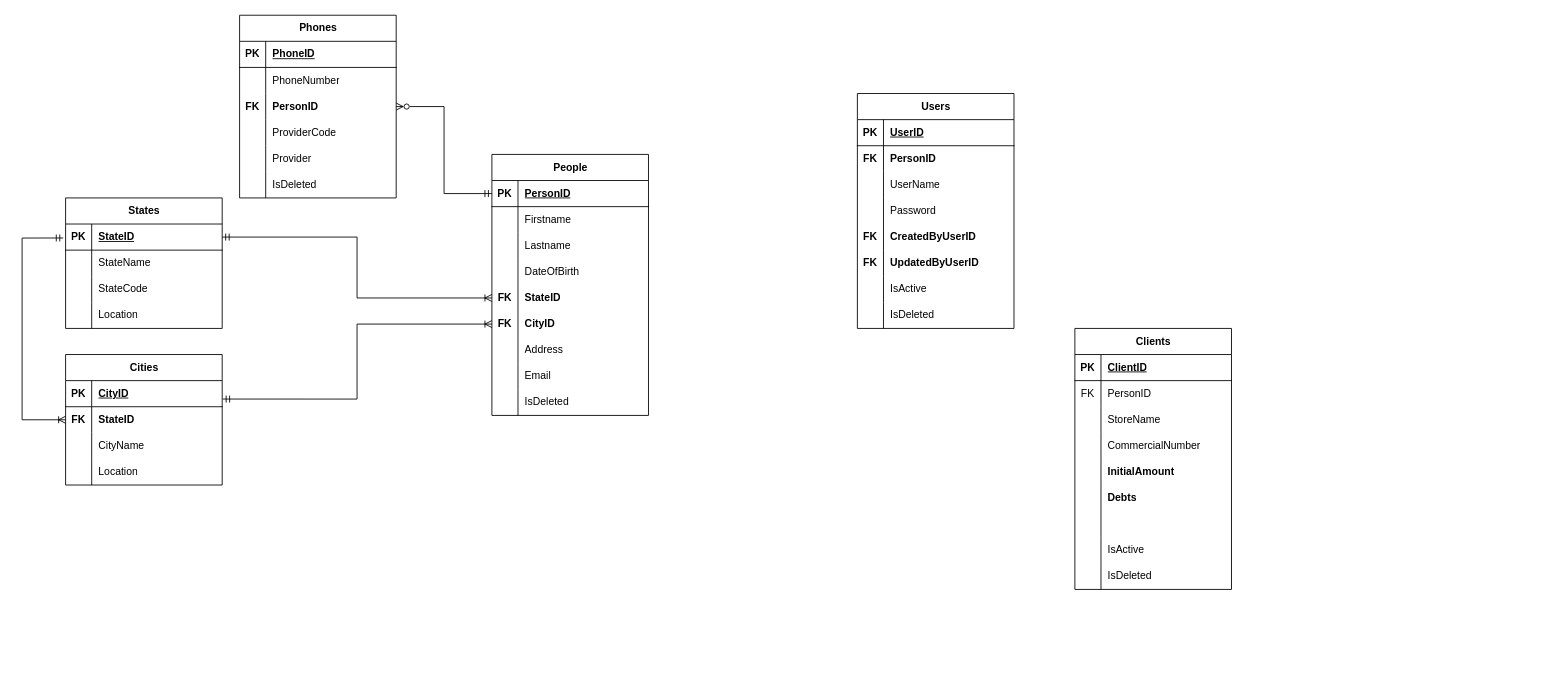
Above: GNT_Manager.drawio in khalil98dev/GNT (draw.io), before the change. Source tidied: cells renumbered, new cells numbered last; positions are measured from the earlier drawing's top-left corner, leaving out a move shared by most shapes. Both pictures are drawn from the tidied source at 87%, with x=0, y=0 at pixel (22, 15).
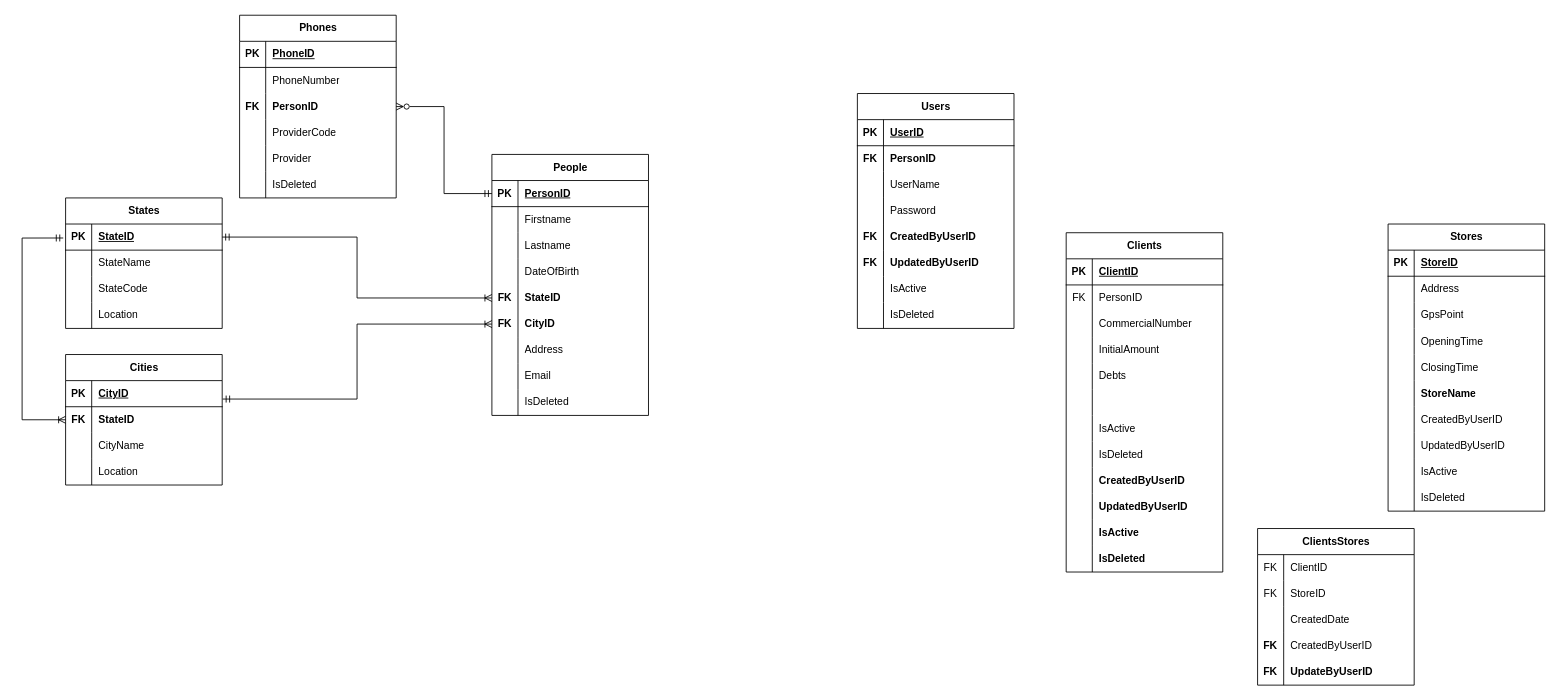
The same diagram, later.

Commit message:
Update GNT_Manager Client-Store.drawio

Change to the diagram source:
```diff
@@
     <mxCell id="104" value="Clients" style="shape=table;startSize=30;childLayout=tableLayout;rowLines=0;fontStyle=1;align=center;html=1;" parent="1" vertex="1">
-      <mxGeometry x="1210" y="360" width="180" height="300" as="geometry" />
+      <mxGeometry x="1200" y="250" width="180" height="390" as="geometry" />
     </mxCell>
@@
-    <mxCell id="111" style="shape=tableRow;horizontal=0;startSize=0;swimlaneHead=0;swimlaneBody=0;fillColor=none;top=0;left=0;right=0;bottom=0;" parent="104" vertex="1">
-      <mxGeometry y="90" width="180" height="30" as="geometry" />
-    </mxCell>
-    <mxCell id="112" style="shape=partialRectangle;fillColor=none;top=0;left=0;bottom=0;right=0;overflow=hidden;whiteSpace=wrap;html=1;" parent="111" vertex="1">
-      <mxGeometry width="30" height="30" as="geometry" />
-    </mxCell>
-    <mxCell id="113" value="StoreName" style="shape=partialRectangle;fillColor=none;top=0;left=0;bottom=0;right=0;align=left;spacingLeft=6;overflow=hidden;whiteSpace=wrap;html=1;" parent="111" vertex="1">
-      <mxGeometry x="30" width="150" height="30" as="geometry" />
-    </mxCell>
     <mxCell id="114" style="shape=tableRow;horizontal=0;startSize=0;swimlaneHead=0;swimlaneBody=0;fillColor=none;top=0;left=0;right=0;bottom=0;" parent="104" vertex="1">
-      <mxGeometry y="120" width="180" height="30" as="geometry" />
+      <mxGeometry y="90" width="180" height="30" as="geometry" />
     </mxCell>
@@
     <mxCell id="117" style="shape=tableRow;horizontal=0;startSize=0;swimlaneHead=0;swimlaneBody=0;fillColor=none;top=0;left=0;right=0;bottom=0;" parent="104" vertex="1">
-      <mxGeometry y="150" width="180" height="30" as="geometry" />
+      <mxGeometry y="120" width="180" height="30" as="geometry" />
     </mxCell>
@@
-    <mxCell id="119" value="InitialAmount" style="shape=partialRectangle;fillColor=none;top=0;left=0;bottom=0;right=0;align=left;spacingLeft=6;overflow=hidden;whiteSpace=wrap;html=1;fontStyle=1;" parent="117" vertex="1">
+    <mxCell id="119" value="InitialAmount" style="shape=partialRectangle;fillColor=none;top=0;left=0;bottom=0;right=0;align=left;spacingLeft=6;overflow=hidden;whiteSpace=wrap;html=1;fontStyle=0;" parent="117" vertex="1">
       <mxGeometry x="30" width="150" height="30" as="geometry" />
     </mxCell>
     <mxCell id="120" style="shape=tableRow;horizontal=0;startSize=0;swimlaneHead=0;swimlaneBody=0;fillColor=none;top=0;left=0;right=0;bottom=0;" parent="104" vertex="1">
-      <mxGeometry y="180" width="180" height="30" as="geometry" />
+      <mxGeometry y="150" width="180" height="30" as="geometry" />
     </mxCell>
@@
-    <mxCell id="122" value="Debts" style="shape=partialRectangle;fillColor=none;top=0;left=0;bottom=0;right=0;align=left;spacingLeft=6;overflow=hidden;whiteSpace=wrap;html=1;fontStyle=1;" parent="120" vertex="1">
+    <mxCell id="122" value="Debts" style="shape=partialRectangle;fillColor=none;top=0;left=0;bottom=0;right=0;align=left;spacingLeft=6;overflow=hidden;whiteSpace=wrap;html=1;fontStyle=0;" parent="120" vertex="1">
       <mxGeometry x="30" width="150" height="30" as="geometry" />
     </mxCell>
     <mxCell id="123" style="shape=tableRow;horizontal=0;startSize=0;swimlaneHead=0;swimlaneBody=0;fillColor=none;top=0;left=0;right=0;bottom=0;" parent="104" vertex="1">
-      <mxGeometry y="210" width="180" height="30" as="geometry" />
+      <mxGeometry y="180" width="180" height="30" as="geometry" />
     </mxCell>
@@
     <mxCell id="126" style="shape=tableRow;horizontal=0;startSize=0;swimlaneHead=0;swimlaneBody=0;fillColor=none;top=0;left=0;right=0;bottom=0;" parent="104" vertex="1">
-      <mxGeometry y="240" width="180" height="30" as="geometry" />
+      <mxGeometry y="210" width="180" height="30" as="geometry" />
     </mxCell>
@@
     <mxCell id="129" style="shape=tableRow;horizontal=0;startSize=0;swimlaneHead=0;swimlaneBody=0;fillColor=none;top=0;left=0;right=0;bottom=0;" parent="104" vertex="1">
-      <mxGeometry y="270" width="180" height="30" as="geometry" />
+      <mxGeometry y="240" width="180" height="30" as="geometry" />
     </mxCell>
@@
+    <mxCell id="134" style="shape=tableRow;horizontal=0;startSize=0;swimlaneHead=0;swimlaneBody=0;fillColor=none;top=0;left=0;right=0;bottom=0;" parent="104" vertex="1">
+      <mxGeometry y="270" width="180" height="30" as="geometry" />
+    </mxCell>
+    <mxCell id="135" style="shape=partialRectangle;fillColor=none;top=0;left=0;bottom=0;right=0;overflow=hidden;whiteSpace=wrap;html=1;fontStyle=1;" parent="134" vertex="1">
+      <mxGeometry width="30" height="30" as="geometry" />
+    </mxCell>
+    <mxCell id="136" value="CreatedByUserID" style="shape=partialRectangle;fillColor=none;top=0;left=0;bottom=0;right=0;align=left;spacingLeft=6;overflow=hidden;whiteSpace=wrap;html=1;fontStyle=1;" parent="134" vertex="1">
+      <mxGeometry x="30" width="150" height="30" as="geometry" />
+    </mxCell>
+    <mxCell id="137" style="shape=tableRow;horizontal=0;startSize=0;swimlaneHead=0;swimlaneBody=0;fillColor=none;top=0;left=0;right=0;bottom=0;" parent="104" vertex="1">
+      <mxGeometry y="300" width="180" height="30" as="geometry" />
+    </mxCell>
+    <mxCell id="138" style="shape=partialRectangle;fillColor=none;top=0;left=0;bottom=0;right=0;overflow=hidden;whiteSpace=wrap;html=1;fontStyle=1;" parent="137" vertex="1">
+      <mxGeometry width="30" height="30" as="geometry" />
+    </mxCell>
+    <mxCell id="139" value="UpdatedByUserID" style="shape=partialRectangle;fillColor=none;top=0;left=0;bottom=0;right=0;align=left;spacingLeft=6;overflow=hidden;whiteSpace=wrap;html=1;fontStyle=1;" parent="137" vertex="1">
+      <mxGeometry x="30" width="150" height="30" as="geometry" />
+    </mxCell>
+    <mxCell id="140" style="shape=tableRow;horizontal=0;startSize=0;swimlaneHead=0;swimlaneBody=0;fillColor=none;top=0;left=0;right=0;bottom=0;" parent="104" vertex="1">
+      <mxGeometry y="330" width="180" height="30" as="geometry" />
+    </mxCell>
+    <mxCell id="141" style="shape=partialRectangle;fillColor=none;top=0;left=0;bottom=0;right=0;overflow=hidden;whiteSpace=wrap;html=1;fontStyle=1;" parent="140" vertex="1">
+      <mxGeometry width="30" height="30" as="geometry" />
+    </mxCell>
+    <mxCell id="142" value="IsActive" style="shape=partialRectangle;fillColor=none;top=0;left=0;bottom=0;right=0;align=left;spacingLeft=6;overflow=hidden;whiteSpace=wrap;html=1;fontStyle=1;" parent="140" vertex="1">
+      <mxGeometry x="30" width="150" height="30" as="geometry" />
+    </mxCell>
+    <mxCell id="143" style="shape=tableRow;horizontal=0;startSize=0;swimlaneHead=0;swimlaneBody=0;fillColor=none;top=0;left=0;right=0;bottom=0;" parent="104" vertex="1">
+      <mxGeometry y="360" width="180" height="30" as="geometry" />
+    </mxCell>
+    <mxCell id="144" style="shape=partialRectangle;fillColor=none;top=0;left=0;bottom=0;right=0;overflow=hidden;whiteSpace=wrap;html=1;fontStyle=1;" parent="143" vertex="1">
+      <mxGeometry width="30" height="30" as="geometry" />
+    </mxCell>
+    <mxCell id="145" value="IsDeleted" style="shape=partialRectangle;fillColor=none;top=0;left=0;bottom=0;right=0;align=left;spacingLeft=6;overflow=hidden;whiteSpace=wrap;html=1;fontStyle=1;" parent="143" vertex="1">
+      <mxGeometry x="30" width="150" height="30" as="geometry" />
+    </mxCell>
@@
+    <mxCell id="146" value="Stores" style="shape=table;startSize=30;childLayout=tableLayout;rowLines=0;fontStyle=1;align=center;html=1;" parent="1" vertex="1">
+      <mxGeometry x="1570" y="240" width="180" height="330" as="geometry" />
+    </mxCell>
+    <mxCell id="147" style="shape=tableRow;horizontal=0;startSize=0;swimlaneHead=0;swimlaneBody=0;fillColor=none;top=0;left=0;right=0;bottom=1;" parent="146" vertex="1">
+      <mxGeometry y="30" width="180" height="30" as="geometry" />
+    </mxCell>
+    <mxCell id="148" value="PK" style="shape=partialRectangle;fillColor=none;top=0;left=0;bottom=0;right=0;fontStyle=1;overflow=hidden;whiteSpace=wrap;html=1;" parent="147" vertex="1">
+      <mxGeometry width="30" height="30" as="geometry" />
+    </mxCell>
+    <mxCell id="149" value="StoreID" style="shape=partialRectangle;fillColor=none;top=0;left=0;bottom=0;right=0;align=left;spacingLeft=6;fontStyle=5;overflow=hidden;whiteSpace=wrap;html=1;" parent="147" vertex="1">
+      <mxGeometry x="30" width="150" height="30" as="geometry" />
+    </mxCell>
+    <mxCell id="150" style="shape=tableRow;horizontal=0;startSize=0;swimlaneHead=0;swimlaneBody=0;fillColor=none;top=0;left=0;right=0;bottom=0;" parent="146" vertex="1">
+      <mxGeometry y="60" width="180" height="30" as="geometry" />
+    </mxCell>
+    <mxCell id="151" style="shape=partialRectangle;fillColor=none;top=0;left=0;bottom=0;right=0;overflow=hidden;whiteSpace=wrap;html=1;" parent="150" vertex="1">
+      <mxGeometry width="30" height="30" as="geometry" />
+    </mxCell>
+    <mxCell id="152" value="Address" style="shape=partialRectangle;fillColor=none;top=0;left=0;bottom=0;right=0;align=left;spacingLeft=6;overflow=hidden;whiteSpace=wrap;html=1;" parent="150" vertex="1">
+      <mxGeometry x="30" width="150" height="30" as="geometry" />
+    </mxCell>
+    <mxCell id="153" style="shape=tableRow;horizontal=0;startSize=0;swimlaneHead=0;swimlaneBody=0;fillColor=none;top=0;left=0;right=0;bottom=0;" parent="146" vertex="1">
+      <mxGeometry y="90" width="180" height="30" as="geometry" />
+    </mxCell>
+    <mxCell id="154" style="shape=partialRectangle;fillColor=none;top=0;left=0;bottom=0;right=0;overflow=hidden;whiteSpace=wrap;html=1;" parent="153" vertex="1">
+      <mxGeometry width="30" height="30" as="geometry" />
+    </mxCell>
+    <mxCell id="155" value="GpsPoint" style="shape=partialRectangle;fillColor=none;top=0;left=0;bottom=0;right=0;align=left;spacingLeft=6;overflow=hidden;whiteSpace=wrap;html=1;" parent="153" vertex="1">
+      <mxGeometry x="30" width="150" height="30" as="geometry" />
+    </mxCell>
+    <mxCell id="156" style="shape=tableRow;horizontal=0;startSize=0;swimlaneHead=0;swimlaneBody=0;fillColor=none;top=0;left=0;right=0;bottom=0;" parent="146" vertex="1">
+      <mxGeometry y="120" width="180" height="30" as="geometry" />
+    </mxCell>
+    <mxCell id="157" style="shape=partialRectangle;fillColor=none;top=0;left=0;bottom=0;right=0;overflow=hidden;whiteSpace=wrap;html=1;fontStyle=1;" parent="156" vertex="1">
+      <mxGeometry width="30" height="30" as="geometry" />
+    </mxCell>
+    <mxCell id="158" value="OpeningTime" style="shape=partialRectangle;fillColor=none;top=0;left=0;bottom=0;right=0;align=left;spacingLeft=6;overflow=hidden;whiteSpace=wrap;html=1;fontStyle=0;" parent="156" vertex="1">
+      <mxGeometry x="30" width="150" height="30" as="geometry" />
+    </mxCell>
+    <mxCell id="159" style="shape=tableRow;horizontal=0;startSize=0;swimlaneHead=0;swimlaneBody=0;fillColor=none;top=0;left=0;right=0;bottom=0;" parent="146" vertex="1">
+      <mxGeometry y="150" width="180" height="30" as="geometry" />
+    </mxCell>
+    <mxCell id="160" style="shape=partialRectangle;fillColor=none;top=0;left=0;bottom=0;right=0;overflow=hidden;whiteSpace=wrap;html=1;fontStyle=1;" parent="159" vertex="1">
+      <mxGeometry width="30" height="30" as="geometry" />
+    </mxCell>
+    <mxCell id="161" value="ClosingTime" style="shape=partialRectangle;fillColor=none;top=0;left=0;bottom=0;right=0;align=left;spacingLeft=6;overflow=hidden;whiteSpace=wrap;html=1;fontStyle=0;" parent="159" vertex="1">
+      <mxGeometry x="30" width="150" height="30" as="geometry" />
+    </mxCell>
+    <mxCell id="162" style="shape=tableRow;horizontal=0;startSize=0;swimlaneHead=0;swimlaneBody=0;fillColor=none;top=0;left=0;right=0;bottom=0;" parent="146" vertex="1">
+      <mxGeometry y="180" width="180" height="30" as="geometry" />
+    </mxCell>
+    <mxCell id="163" style="shape=partialRectangle;fillColor=none;top=0;left=0;bottom=0;right=0;overflow=hidden;whiteSpace=wrap;html=1;fontStyle=1;" parent="162" vertex="1">
+      <mxGeometry width="30" height="30" as="geometry" />
+    </mxCell>
+    <mxCell id="113" value="StoreName" style="shape=partialRectangle;fillColor=none;top=0;left=0;bottom=0;right=0;align=left;spacingLeft=6;overflow=hidden;whiteSpace=wrap;html=1;fontStyle=1;" parent="162" vertex="1">
+      <mxGeometry x="30" width="150" height="30" as="geometry" />
+    </mxCell>
+    <mxCell id="164" style="shape=tableRow;horizontal=0;startSize=0;swimlaneHead=0;swimlaneBody=0;fillColor=none;top=0;left=0;right=0;bottom=0;" parent="146" vertex="1">
+      <mxGeometry y="210" width="180" height="30" as="geometry" />
+    </mxCell>
+    <mxCell id="165" style="shape=partialRectangle;fillColor=none;top=0;left=0;bottom=0;right=0;overflow=hidden;whiteSpace=wrap;html=1;" parent="164" vertex="1">
+      <mxGeometry width="30" height="30" as="geometry" />
+    </mxCell>
+    <mxCell id="166" value="CreatedByUserID" style="shape=partialRectangle;fillColor=none;top=0;left=0;bottom=0;right=0;align=left;spacingLeft=6;overflow=hidden;whiteSpace=wrap;html=1;" parent="164" vertex="1">
+      <mxGeometry x="30" width="150" height="30" as="geometry" />
+    </mxCell>
+    <mxCell id="167" style="shape=tableRow;horizontal=0;startSize=0;swimlaneHead=0;swimlaneBody=0;fillColor=none;top=0;left=0;right=0;bottom=0;" parent="146" vertex="1">
+      <mxGeometry y="240" width="180" height="30" as="geometry" />
+    </mxCell>
+    <mxCell id="168" style="shape=partialRectangle;fillColor=none;top=0;left=0;bottom=0;right=0;overflow=hidden;whiteSpace=wrap;html=1;" parent="167" vertex="1">
+      <mxGeometry width="30" height="30" as="geometry" />
+    </mxCell>
+    <mxCell id="169" value="UpdatedByUserID" style="shape=partialRectangle;fillColor=none;top=0;left=0;bottom=0;right=0;align=left;spacingLeft=6;overflow=hidden;whiteSpace=wrap;html=1;" parent="167" vertex="1">
+      <mxGeometry x="30" width="150" height="30" as="geometry" />
+    </mxCell>
+    <mxCell id="170" style="shape=tableRow;horizontal=0;startSize=0;swimlaneHead=0;swimlaneBody=0;fillColor=none;top=0;left=0;right=0;bottom=0;" parent="146" vertex="1">
+      <mxGeometry y="270" width="180" height="30" as="geometry" />
+    </mxCell>
+    <mxCell id="171" style="shape=partialRectangle;fillColor=none;top=0;left=0;bottom=0;right=0;overflow=hidden;whiteSpace=wrap;html=1;" parent="170" vertex="1">
+      <mxGeometry width="30" height="30" as="geometry" />
+    </mxCell>
+    <mxCell id="172" value="IsActive" style="shape=partialRectangle;fillColor=none;top=0;left=0;bottom=0;right=0;align=left;spacingLeft=6;overflow=hidden;whiteSpace=wrap;html=1;" parent="170" vertex="1">
+      <mxGeometry x="30" width="150" height="30" as="geometry" />
+    </mxCell>
+    <mxCell id="173" style="shape=tableRow;horizontal=0;startSize=0;swimlaneHead=0;swimlaneBody=0;fillColor=none;top=0;left=0;right=0;bottom=0;" parent="146" vertex="1">
+      <mxGeometry y="300" width="180" height="30" as="geometry" />
+    </mxCell>
+    <mxCell id="174" style="shape=partialRectangle;fillColor=none;top=0;left=0;bottom=0;right=0;overflow=hidden;whiteSpace=wrap;html=1;" parent="173" vertex="1">
+      <mxGeometry width="30" height="30" as="geometry" />
+    </mxCell>
+    <mxCell id="175" value="IsDeleted" style="shape=partialRectangle;fillColor=none;top=0;left=0;bottom=0;right=0;align=left;spacingLeft=6;overflow=hidden;whiteSpace=wrap;html=1;" parent="173" vertex="1">
+      <mxGeometry x="30" width="150" height="30" as="geometry" />
+    </mxCell>
+    <mxCell id="176" value="ClientsStores" style="shape=table;startSize=30;childLayout=tableLayout;rowLines=0;fontStyle=1;align=center;html=1;" parent="1" vertex="1">
+      <mxGeometry x="1420" y="590" width="180" height="180" as="geometry" />
+    </mxCell>
+    <mxCell id="177" style="shape=tableRow;horizontal=0;startSize=0;swimlaneHead=0;swimlaneBody=0;fillColor=none;top=0;left=0;right=0;bottom=0;" parent="176" vertex="1">
+      <mxGeometry y="30" width="180" height="30" as="geometry" />
+    </mxCell>
+    <mxCell id="178" value="FK" style="shape=partialRectangle;fillColor=none;top=0;left=0;bottom=0;right=0;overflow=hidden;whiteSpace=wrap;html=1;" parent="177" vertex="1">
+      <mxGeometry width="30" height="30" as="geometry" />
+    </mxCell>
+    <mxCell id="179" value="ClientID" style="shape=partialRectangle;fillColor=none;top=0;left=0;bottom=0;right=0;align=left;spacingLeft=6;overflow=hidden;whiteSpace=wrap;html=1;" parent="177" vertex="1">
+      <mxGeometry x="30" width="150" height="30" as="geometry" />
+    </mxCell>
+    <mxCell id="180" style="shape=tableRow;horizontal=0;startSize=0;swimlaneHead=0;swimlaneBody=0;fillColor=none;top=0;left=0;right=0;bottom=0;" parent="176" vertex="1">
+      <mxGeometry y="60" width="180" height="30" as="geometry" />
+    </mxCell>
+    <mxCell id="181" value="FK" style="shape=partialRectangle;fillColor=none;top=0;left=0;bottom=0;right=0;overflow=hidden;whiteSpace=wrap;html=1;" parent="180" vertex="1">
+      <mxGeometry width="30" height="30" as="geometry" />
+    </mxCell>
+    <mxCell id="182" value="StoreID" style="shape=partialRectangle;fillColor=none;top=0;left=0;bottom=0;right=0;align=left;spacingLeft=6;overflow=hidden;whiteSpace=wrap;html=1;" parent="180" vertex="1">
+      <mxGeometry x="30" width="150" height="30" as="geometry" />
+    </mxCell>
+    <mxCell id="183" style="shape=tableRow;horizontal=0;startSize=0;swimlaneHead=0;swimlaneBody=0;fillColor=none;top=0;left=0;right=0;bottom=0;" parent="176" vertex="1">
+      <mxGeometry y="90" width="180" height="30" as="geometry" />
+    </mxCell>
+    <mxCell id="184" style="shape=partialRectangle;fillColor=none;top=0;left=0;bottom=0;right=0;overflow=hidden;whiteSpace=wrap;html=1;fontStyle=1;" parent="183" vertex="1">
+      <mxGeometry width="30" height="30" as="geometry" />
+    </mxCell>
+    <mxCell id="185" value="CreatedDate" style="shape=partialRectangle;fillColor=none;top=0;left=0;bottom=0;right=0;align=left;spacingLeft=6;overflow=hidden;whiteSpace=wrap;html=1;fontStyle=0;" parent="183" vertex="1">
+      <mxGeometry x="30" width="150" height="30" as="geometry" />
+    </mxCell>
+    <mxCell id="186" style="shape=tableRow;horizontal=0;startSize=0;swimlaneHead=0;swimlaneBody=0;fillColor=none;top=0;left=0;right=0;bottom=0;" parent="176" vertex="1">
+      <mxGeometry y="120" width="180" height="30" as="geometry" />
+    </mxCell>
+    <mxCell id="187" value="FK" style="shape=partialRectangle;fillColor=none;top=0;left=0;bottom=0;right=0;overflow=hidden;whiteSpace=wrap;html=1;fontStyle=1;" parent="186" vertex="1">
+      <mxGeometry width="30" height="30" as="geometry" />
+    </mxCell>
+    <mxCell id="188" value="CreatedByUserID" style="shape=partialRectangle;fillColor=none;top=0;left=0;bottom=0;right=0;align=left;spacingLeft=6;overflow=hidden;whiteSpace=wrap;html=1;fontStyle=0;" parent="186" vertex="1">
+      <mxGeometry x="30" width="150" height="30" as="geometry" />
+    </mxCell>
+    <mxCell id="189" style="shape=tableRow;horizontal=0;startSize=0;swimlaneHead=0;swimlaneBody=0;fillColor=none;top=0;left=0;right=0;bottom=0;" parent="176" vertex="1">
+      <mxGeometry y="150" width="180" height="30" as="geometry" />
+    </mxCell>
+    <mxCell id="190" value="FK" style="shape=partialRectangle;fillColor=none;top=0;left=0;bottom=0;right=0;overflow=hidden;whiteSpace=wrap;html=1;fontStyle=1;" parent="189" vertex="1">
+      <mxGeometry width="30" height="30" as="geometry" />
+    </mxCell>
+    <mxCell id="191" value="UpdateByUserID" style="shape=partialRectangle;fillColor=none;top=0;left=0;bottom=0;right=0;align=left;spacingLeft=6;overflow=hidden;whiteSpace=wrap;html=1;fontStyle=1;" parent="189" vertex="1">
+      <mxGeometry x="30" width="150" height="30" as="geometry" />
+    </mxCell>
```
